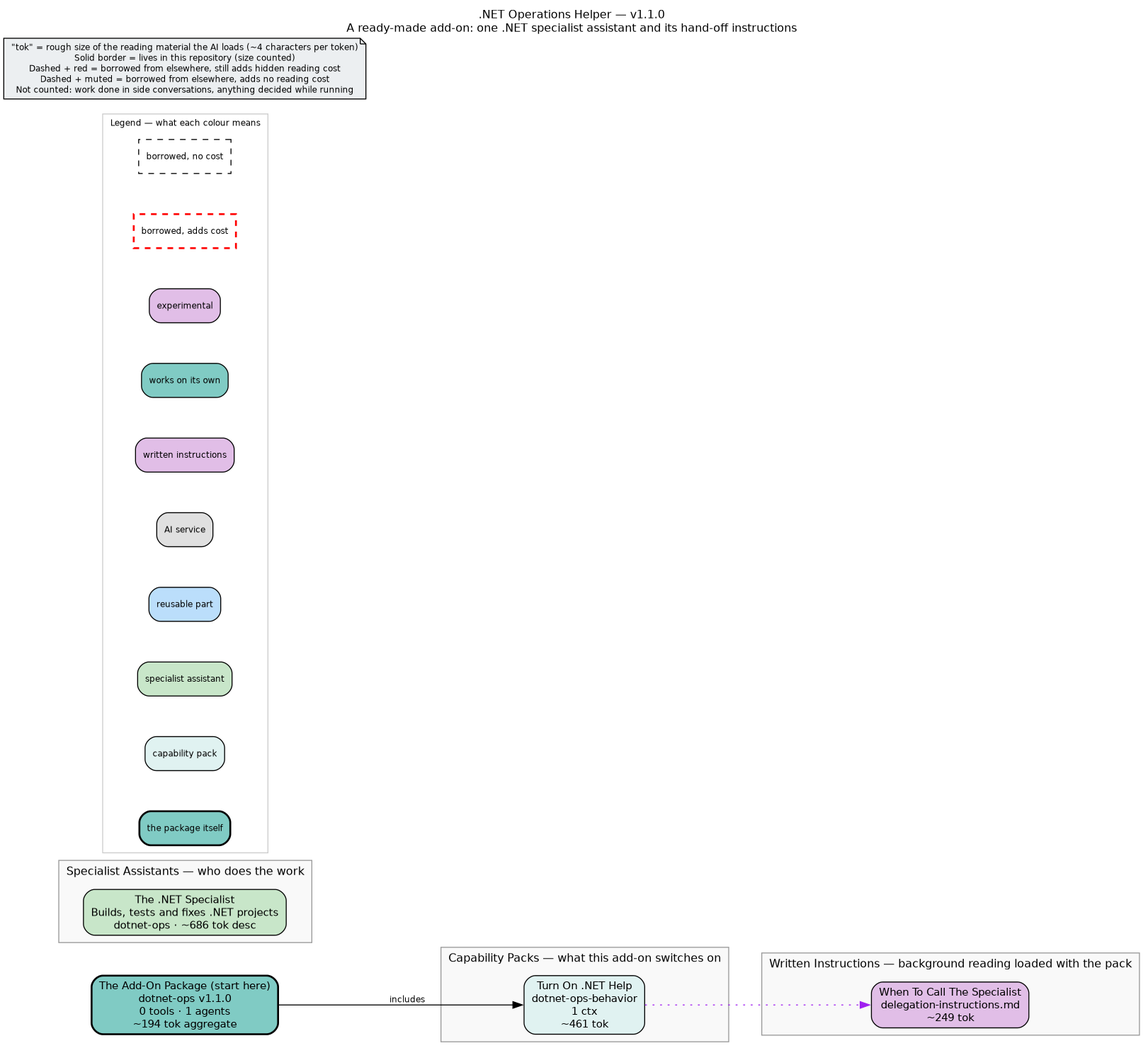
colombod/amplifier-bundle-dotnet-ops keeps this Graphviz diagram as bundle.png. Above is the earlier version. Its source is kept beside it as bundle.dot.
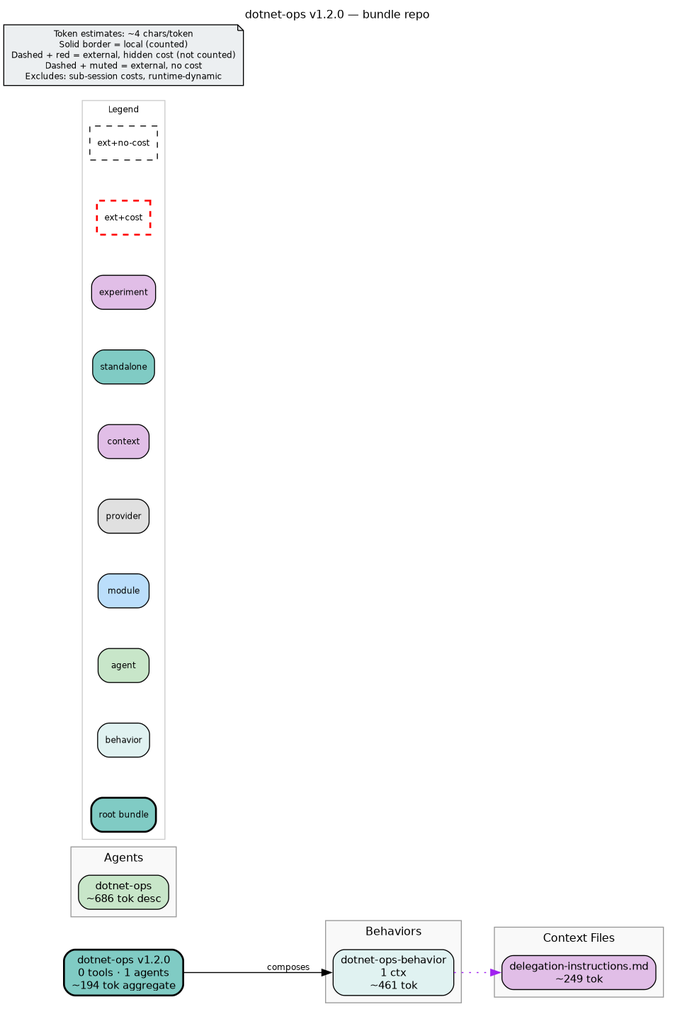
After the commit.

Change to the diagram source:
```diff
@@ -1,70 +1,69 @@
-
 digraph dotnet_ops {
     rankdir=LR
     fontname="Helvetica"
     fontsize=12
-    label=".NET Operations Helper — v1.1.0\nA ready-made add-on: one .NET specialist assistant and its hand-off instructions"
+    label="dotnet-ops v1.2.0 — bundle repo"
     labelloc=t
     labeljust=c
     nodesep=0.6
     ranksep=0.7
     bgcolor="white"
-    source_hash="a88c1b0e74ea3c8d4b7db3ccaa3d3db73c260ba2f588a45b84c8a98a3573a27b"
+    source_hash="b103838043982cde276da91ee1dcf7c04172a75a23f50efbd5177d0cb680a593"
 
     node [fontname="Helvetica", fontsize=11, style="filled,rounded"]
     edge [fontname="Helvetica", fontsize=9]
 
-    root_dotnet_ops [label="The Add-On Package (start here)\ndotnet-ops v1.1.0\n0 tools · 1 agents\n~194 tok aggregate", shape=box, fillcolor="#80cbc4", style="filled,rounded,bold", penwidth=2]
+    root_dotnet_ops [label="dotnet-ops v1.2.0\n0 tools · 1 agents\n~194 tok aggregate", shape=box, fillcolor="#80cbc4", style="filled,rounded,bold", penwidth=2]
 
     subgraph cluster_behaviors {
-        label="Capability Packs — what this add-on switches on"
+        label="Behaviors"
         style="filled"
         fillcolor="#f9f9f9"
         color="#999999"
 
-        beh_dotnet_ops_behavior [label="Turn On .NET Help\ndotnet-ops-behavior\n1 ctx\n~461 tok", shape=box, fillcolor="#e0f2f1", style="filled,rounded"]
+        beh_dotnet_ops_behavior [label="dotnet-ops-behavior\n1 ctx\n~461 tok", shape=box, fillcolor="#e0f2f1", style="filled,rounded"]
     }
 
     subgraph cluster_agents {
-        label="Specialist Assistants — who does the work"
+        label="Agents"
         style="filled"
         fillcolor="#f9f9f9"
         color="#999999"
 
-        agt_dotnet_ops [label="The .NET Specialist\nBuilds, tests and fixes .NET projects\ndotnet-ops · ~686 tok desc", shape=box, fillcolor="#c8e6c9", style="filled,rounded"]
+        agt_dotnet_ops [label="dotnet-ops\n~686 tok desc", shape=box, fillcolor="#c8e6c9", style="filled,rounded"]
     }
 
     subgraph cluster_context {
-        label="Written Instructions — background reading loaded with the pack"
+        label="Context Files"
         style="filled"
         fillcolor="#f9f9f9"
         color="#999999"
 
-        ctx_delegation_instructions_md [label="When To Call The Specialist\ndelegation-instructions.md\n~249 tok", shape=box, fillcolor="#e1bee7", style="filled,rounded"]
+        ctx_delegation_instructions_md [label="delegation-instructions.md\n~249 tok", shape=box, fillcolor="#e1bee7", style="filled,rounded"]
     }
 
     subgraph cluster_legend {
-        label="Legend — what each colour means"
+        label="Legend"
         style="filled"
         fillcolor="white"
         color="#cccccc"
         fontsize=9
 
-        leg_root [label="the package itself", shape=box, fillcolor="#80cbc4", style="filled,rounded,bold", fontsize=9]
-        leg_behavior [label="capability pack", shape=box, fillcolor="#e0f2f1", style="filled,rounded", fontsize=9]
-        leg_agent [label="specialist assistant", shape=box, fillcolor="#c8e6c9", style="filled,rounded", fontsize=9]
-        leg_module [label="reusable part", shape=box, fillcolor="#bbdefb", style="filled,rounded", fontsize=9]
-        leg_provider [label="AI service", shape=box, fillcolor="#e0e0e0", style="filled,rounded", fontsize=9]
-        leg_context [label="written instructions", shape=box, fillcolor="#e1bee7", style="filled,rounded", fontsize=9]
-        leg_standalone [label="works on its own", shape=box, fillcolor="#80cbc4", style="filled,rounded", fontsize=9]
-        leg_experiment [label="experimental", shape=box, fillcolor="#e1bee7", style="filled,rounded", fontsize=9]
-        leg_ext_cost [label="borrowed, adds cost", shape=box, fillcolor="#80cbc4", style="dashed", color="red", penwidth=2, fontsize=9]
-        leg_ext_muted [label="borrowed, no cost", shape=box, fillcolor="#f5f5f5", style="dashed", fontsize=9]
+        leg_root [label="root bundle", shape=box, fillcolor="#80cbc4", style="filled,rounded,bold", fontsize=9]
+        leg_behavior [label="behavior", shape=box, fillcolor="#e0f2f1", style="filled,rounded", fontsize=9]
+        leg_agent [label="agent", shape=box, fillcolor="#c8e6c9", style="filled,rounded", fontsize=9]
+        leg_module [label="module", shape=box, fillcolor="#bbdefb", style="filled,rounded", fontsize=9]
+        leg_provider [label="provider", shape=box, fillcolor="#e0e0e0", style="filled,rounded", fontsize=9]
+        leg_context [label="context", shape=box, fillcolor="#e1bee7", style="filled,rounded", fontsize=9]
+        leg_standalone [label="standalone", shape=box, fillcolor="#80cbc4", style="filled,rounded", fontsize=9]
+        leg_experiment [label="experiment", shape=box, fillcolor="#e1bee7", style="filled,rounded", fontsize=9]
+        leg_ext_cost [label="ext+cost", shape=box, fillcolor="#80cbc4", style="dashed", color="red", penwidth=2, fontsize=9]
+        leg_ext_muted [label="ext+no-cost", shape=box, fillcolor="#f5f5f5", style="dashed", fontsize=9]
     }
 
-    disclaimer [label="\"tok\" = rough size of the reading material the AI loads (~4 characters per token)\nSolid border = lives in this repository (size counted)\nDashed + red = borrowed from elsewhere, still adds hidden reading cost\nDashed + muted = borrowed from elsewhere, adds no reading cost\nNot counted: work done in side conversations, anything decided while running", shape=note, fillcolor="#eceff1", style="filled", fontsize=9]
+    disclaimer [label="Token estimates: ~4 chars/token\nSolid border = local (counted)\nDashed + red = external, hidden cost (not counted)\nDashed + muted = external, no cost\nExcludes: sub-session costs, runtime-dynamic", shape=note, fillcolor="#eceff1", style="filled", fontsize=9]
 
 
-    root_dotnet_ops -> beh_dotnet_ops_behavior [label="includes"]
+    root_dotnet_ops -> beh_dotnet_ops_behavior [label="composes"]
     beh_dotnet_ops_behavior -> ctx_delegation_instructions_md [style=dotted, color=purple]
 }
```
